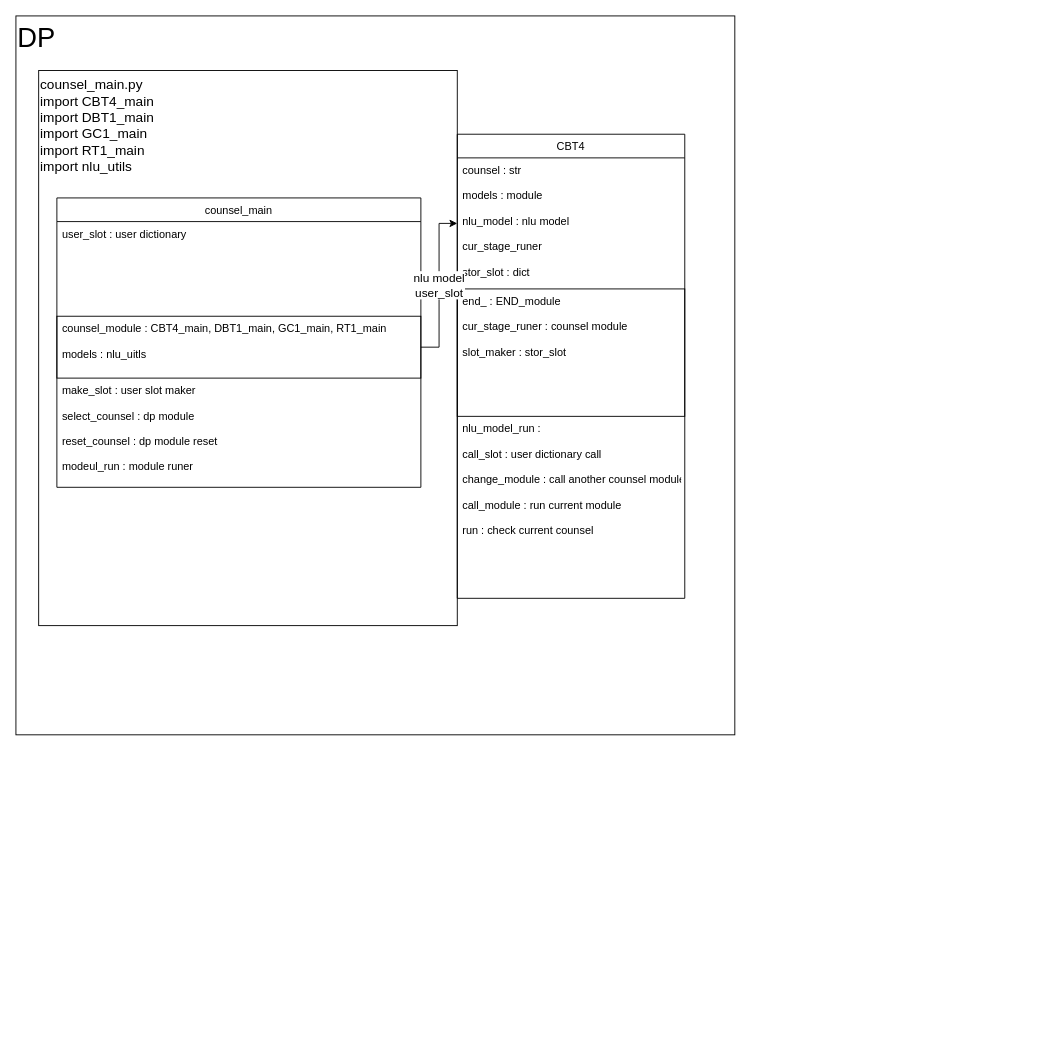
This is Untitled Diagram.drawio from qkwmvh321/transformer, a draw.io file, before an edit. Source tidied: cells renumbered, new cells numbered last; positions are measured from the earlier drawing's top-left corner, leaving out a move shared by most shapes. Both pictures are drawn from the tidied source at 91%, with x=0, y=0 at pixel (15, 15).
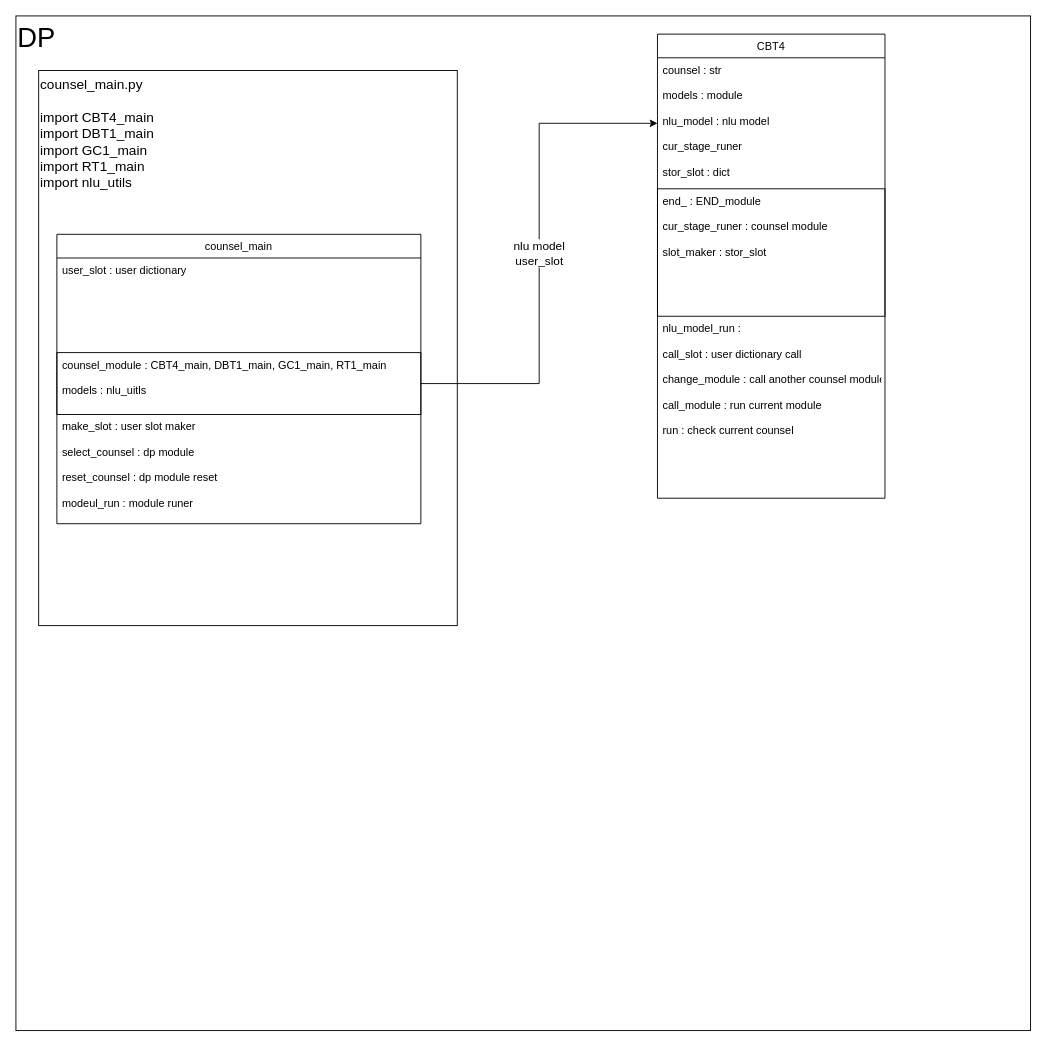
After the change.

What changed in the source:
```diff
@@
 <mxGraphModel>
   <root>
     <mxCell id="0" />
     <mxCell id="1" parent="0" />
     <mxCell id="2" value="&lt;font style=&quot;font-size: 30px;&quot;&gt;DP&lt;/font&gt;" style="whiteSpace=wrap;html=1;verticalAlign=top;align=left;" parent="1" vertex="1">
-      <mxGeometry width="790" height="790" as="geometry" />
+      <mxGeometry width="1115" height="1115" as="geometry" />
     </mxCell>
-    <mxCell id="3" value="counsel_main.py&lt;br&gt;import CBT4_main&lt;br&gt;import DBT1_main&lt;br&gt;import GC1_main&lt;br&gt;import RT1_main&lt;br&gt;import nlu_utils" style="rounded=0;whiteSpace=wrap;html=1;fontSize=15;align=left;verticalAlign=top;" parent="1" vertex="1">
+    <mxCell id="3" value="counsel_main.py&lt;br&gt;&lt;br&gt;import CBT4_main&lt;br&gt;import DBT1_main&lt;br&gt;import GC1_main&lt;br&gt;import RT1_main&lt;br&gt;import nlu_utils" style="rounded=0;whiteSpace=wrap;html=1;fontSize=15;align=left;verticalAlign=top;" parent="1" vertex="1">
       <mxGeometry x="25" y="60" width="460" height="610" as="geometry" />
     </mxCell>
     <mxCell id="4" value="counsel_main" style="swimlane;fontStyle=0;horizontal=1;startSize=26;fillColor=none;shadow=0;sketch=0;strokeColor=default;strokeWidth=1;" parent="1" vertex="1">
-      <mxGeometry x="45" y="200" width="400" height="318" as="geometry" />
+      <mxGeometry x="45" y="240" width="400" height="318" as="geometry" />
     </mxCell>
     <mxCell id="5" value="user_slot : user dictionary" style="text;strokeColor=none;fillColor=none;align=left;verticalAlign=top;spacingLeft=4;spacingRight=4;overflow=hidden;shadow=0;sketch=0;" parent="4" vertex="1">
       <mxGeometry y="26" width="400" height="104" as="geometry" />
     </mxCell>
     <mxCell id="6" value="counsel_module : CBT4_main, DBT1_main, GC1_main, RT1_main  &#10;&#10;models : nlu_uitls&#10;&#10;&#10;" style="text;strokeColor=default;fillColor=none;align=left;verticalAlign=top;spacingLeft=4;spacingRight=4;overflow=hidden;points=[[0,0.5],[1,0.5]];portConstraint=eastwest;shadow=0;sketch=0;" parent="4" vertex="1">
       <mxGeometry y="130" width="400" height="68" as="geometry" />
     </mxCell>
     <mxCell id="7" value="make_slot : user slot maker&#10;&#10;select_counsel : dp module &#10;&#10;reset_counsel : dp module reset&#10;&#10;modeul_run : module runer " style="text;strokeColor=none;fillColor=none;align=left;verticalAlign=top;spacingLeft=4;spacingRight=4;overflow=hidden;shadow=0;sketch=0;" parent="4" vertex="1">
       <mxGeometry y="198" width="400" height="120" as="geometry" />
     </mxCell>
     <mxCell id="8" value="CBT4" style="swimlane;fontStyle=0;horizontal=1;startSize=26;fillColor=none;shadow=0;sketch=0;strokeColor=default;strokeWidth=1;" parent="1" vertex="1">
-      <mxGeometry x="485" y="130" width="250" height="510" as="geometry" />
+      <mxGeometry x="705" y="20" width="250" height="510" as="geometry" />
     </mxCell>
     <mxCell id="9" value="counsel : str&#10;&#10;models : module&#10;&#10;nlu_model : nlu model&#10;&#10;cur_stage_runer &#10;&#10;stor_slot : dict" style="text;strokeColor=none;fillColor=none;align=left;verticalAlign=top;spacingLeft=4;spacingRight=4;overflow=hidden;points=[[0,0.5],[1,0.5]];portConstraint=eastwest;shadow=0;sketch=0;" parent="8" vertex="1">
       <mxGeometry y="26" width="250" height="144" as="geometry" />
     </mxCell>
     <mxCell id="10" value="end_ : END_module&#10;&#10;cur_stage_runer : counsel module&#10;&#10;slot_maker : stor_slot&#10;&#10; &#10;&#10;&#10;&#10;" style="text;strokeColor=default;fillColor=none;align=left;verticalAlign=top;spacingLeft=4;spacingRight=4;overflow=hidden;shadow=0;sketch=0;" parent="8" vertex="1">
       <mxGeometry y="170" width="250" height="140" as="geometry" />
     </mxCell>
     <mxCell id="11" value="nlu_model_run : &#10;&#10;call_slot : user dictionary call&#10;&#10;change_module : call another counsel module&#10;&#10;call_module : run current module&#10;&#10;run : check current counsel" style="text;strokeColor=none;fillColor=none;align=left;verticalAlign=top;spacingLeft=4;spacingRight=4;overflow=hidden;shadow=0;sketch=0;" parent="8" vertex="1">
       <mxGeometry y="310" width="250" height="200" as="geometry" />
     </mxCell>
     <mxCell id="12" value="&lt;font style=&quot;font-size: 13px;&quot;&gt;nlu model&lt;br&gt;&lt;/font&gt;&lt;font style=&quot;font-size: 13px;&quot;&gt;user_slot&lt;/font&gt;" style="edgeStyle=orthogonalEdgeStyle;rounded=0;jettySize=auto;html=1;exitX=1;exitY=0.5;exitDx=0;exitDy=0;" parent="1" edge="1" source="6" target="9">
       <mxGeometry relative="1" as="geometry" />
     </mxCell>
   </root>
 </mxGraphModel>
```
